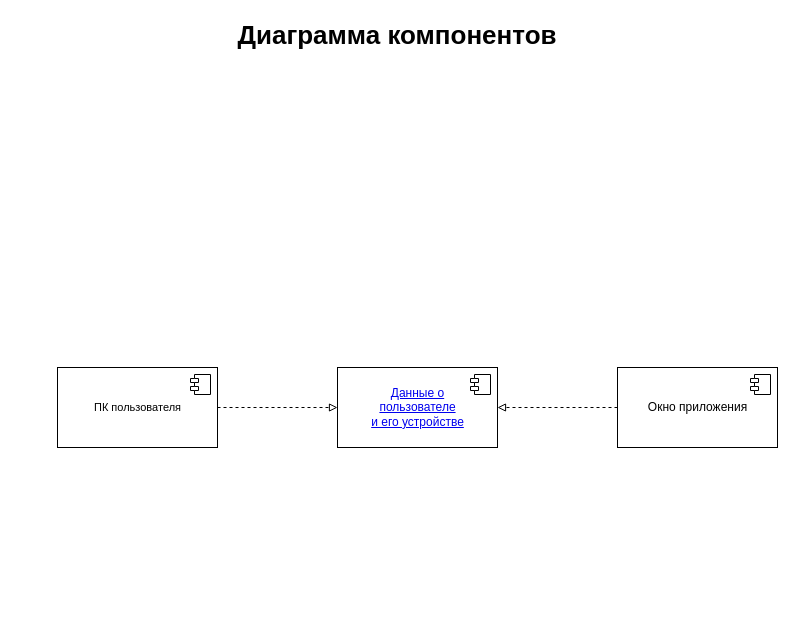
Above: page "Диаграмма компонентов" (3 of 3) of Specification.drawio in WinstonMDP/Profiler (draw.io), before the change. Source tidied: cells renumbered, new cells numbered last; positions are measured from the earlier drawing's top-left corner, leaving out a move shared by most shapes. Both pictures are drawn from the tidied source at 100%, with x=0, y=0 at pixel (57, 17).
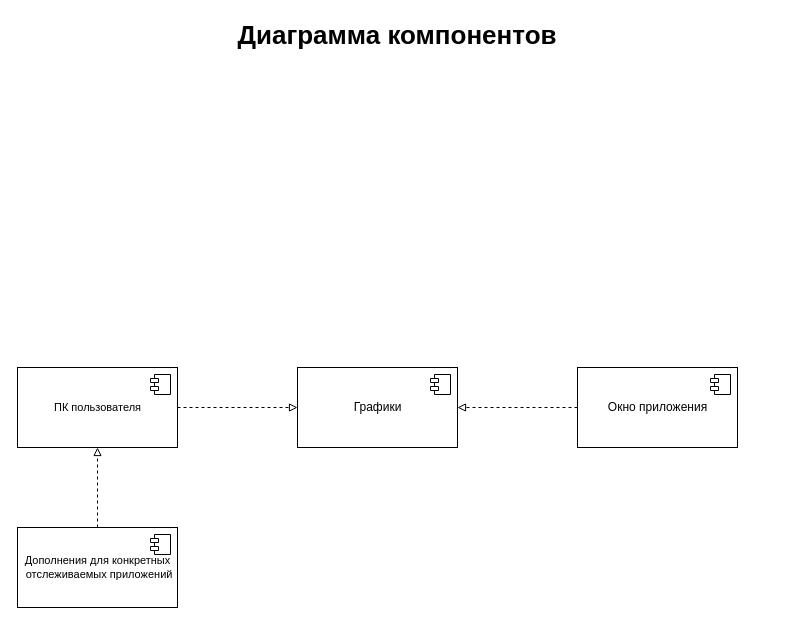
Above is the later version.

What changed in the source:
```diff
@@
 <mxGraphModel>
   <root>
     <mxCell id="0" />
     <mxCell id="1" parent="0" />
     <mxCell id="2" value="Диаграмма компонентов" style="text;align=center;fontStyle=1;verticalAlign=middle;spacingLeft=3;spacingRight=3;strokeColor=none;glass=0;rounded=0;shadow=0;fontSize=26;fontFamily=Helvetica;" parent="1" vertex="1">
       <mxGeometry x="297" width="86" height="30" as="geometry" />
     </mxCell>
-    <mxCell id="3" style="edgeStyle=orthogonalEdgeStyle;rounded=0;jumpSize=6;jettySize=auto;html=1;entryX=1;entryY=0.5;entryDx=0;entryDy=0;dashed=1;fontSize=12;endArrow=block;endFill=0;endSize=6;" parent="1" edge="1" source="4" target="6">
-      <mxGeometry relative="1" as="geometry" />
-    </mxCell>
-    <mxCell id="4" value="&lt;span style=&quot;font-size: 12px&quot;&gt;Окно приложения&lt;br&gt;&lt;/span&gt;" style="html=1;fontSize=11;" parent="1" vertex="1">
-      <mxGeometry x="560" y="350" width="160" height="80" as="geometry" />
+    <mxCell id="4" value="&lt;span style=&quot;font-size: 12px&quot;&gt;Графики&lt;br&gt;&lt;/span&gt;" style="html=1;fontSize=11;" parent="1" vertex="1">
+      <mxGeometry x="240" y="350" width="160" height="80" as="geometry" />
     </mxCell>
     <mxCell id="5" style="shape=module;jettyWidth=8;jettyHeight=4;fontSize=11;" parent="4" vertex="1">
       <mxGeometry x="1" width="20" height="20" relative="1" as="geometry">
         <mxPoint x="-27" y="7" as="offset" />
       </mxGeometry>
     </mxCell>
-    <mxCell id="6" value="&lt;span style=&quot;font-size: 12px&quot;&gt;&lt;a href=&quot;data:page/id,LdzEPZCvEpAloJlgNV7e&quot;&gt;Данные о &lt;br&gt;пользователе &lt;br&gt;и его устройстве&lt;/a&gt;&lt;br&gt;&lt;/span&gt;" style="html=1;fontSize=11;" parent="1" vertex="1">
-      <mxGeometry x="280" y="350" width="160" height="80" as="geometry" />
-    </mxCell>
-    <mxCell id="7" style="shape=module;jettyWidth=8;jettyHeight=4;fontSize=11;" parent="6" vertex="1">
-      <mxGeometry x="1" width="20" height="20" relative="1" as="geometry">
-        <mxPoint x="-27" y="7" as="offset" />
-      </mxGeometry>
-    </mxCell>
-    <mxCell id="8" style="edgeStyle=orthogonalEdgeStyle;rounded=0;jumpSize=6;jettySize=auto;html=1;entryX=0;entryY=0.5;entryDx=0;entryDy=0;dashed=1;fontSize=12;endArrow=block;endFill=0;endSize=6;" parent="1" edge="1" source="9" target="6">
-      <mxGeometry relative="1" as="geometry" />
-    </mxCell>
+    <mxCell id="11" style="edgeStyle=orthogonalEdgeStyle;rounded=0;jettySize=auto;html=1;entryX=0;entryY=0.5;entryDx=0;entryDy=0;dashed=1;endArrow=block;endFill=0;" parent="1" edge="1" source="9" target="4">
+      <mxGeometry relative="1" as="geometry" />
+    </mxCell>
     <mxCell id="9" value="ПК пользователя" style="html=1;fontSize=11;" parent="1" vertex="1">
-      <mxGeometry y="350" width="160" height="80" as="geometry" />
+      <mxGeometry x="-40" y="350" width="160" height="80" as="geometry" />
     </mxCell>
     <mxCell id="10" style="shape=module;jettyWidth=8;jettyHeight=4;fontSize=11;" parent="9" vertex="1">
       <mxGeometry x="1" width="20" height="20" relative="1" as="geometry">
         <mxPoint x="-27" y="7" as="offset" />
       </mxGeometry>
     </mxCell>
+    <mxCell id="12" style="edgeStyle=orthogonalEdgeStyle;rounded=0;jettySize=auto;html=1;entryX=1;entryY=0.5;entryDx=0;entryDy=0;endArrow=block;endFill=0;dashed=1;" parent="1" edge="1" source="13" target="4">
+      <mxGeometry relative="1" as="geometry" />
+    </mxCell>
+    <mxCell id="13" value="&lt;span style=&quot;font-size: 12px&quot;&gt;Окно приложения&lt;br&gt;&lt;/span&gt;" style="html=1;fontSize=11;" parent="1" vertex="1">
+      <mxGeometry x="520" y="350" width="160" height="80" as="geometry" />
+    </mxCell>
+    <mxCell id="14" style="shape=module;jettyWidth=8;jettyHeight=4;fontSize=11;" parent="13" vertex="1">
+      <mxGeometry x="1" width="20" height="20" relative="1" as="geometry">
+        <mxPoint x="-27" y="7" as="offset" />
+      </mxGeometry>
+    </mxCell>
+    <mxCell id="15" style="edgeStyle=orthogonalEdgeStyle;rounded=0;jettySize=auto;html=1;entryX=0.5;entryY=1;entryDx=0;entryDy=0;dashed=1;endArrow=block;endFill=0;" parent="1" edge="1" source="16" target="9">
+      <mxGeometry relative="1" as="geometry" />
+    </mxCell>
+    <mxCell id="16" value="Дополнения для конкретных&lt;br&gt;&amp;nbsp;отслеживаемых приложений" style="html=1;fontSize=11;" parent="1" vertex="1">
+      <mxGeometry x="-40" y="510" width="160" height="80" as="geometry" />
+    </mxCell>
+    <mxCell id="17" style="shape=module;jettyWidth=8;jettyHeight=4;fontSize=11;" parent="16" vertex="1">
+      <mxGeometry x="1" width="20" height="20" relative="1" as="geometry">
+        <mxPoint x="-27" y="7" as="offset" />
+      </mxGeometry>
+    </mxCell>
   </root>
 </mxGraphModel>
```
